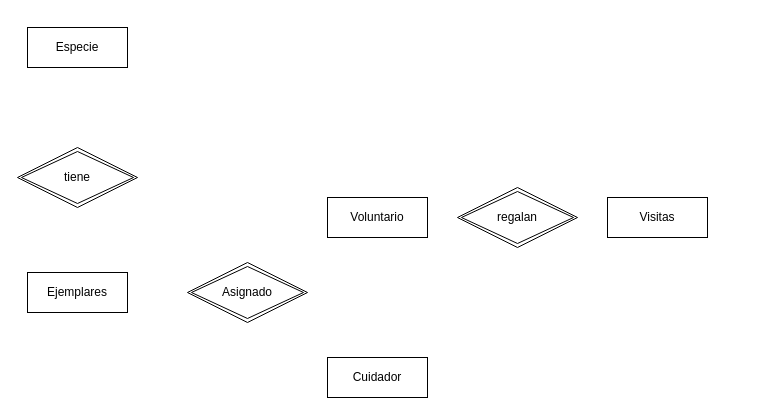
Above: zoo.drawio in Guzmansrz/lenguajeDeMarcas (draw.io), before the change. Source tidied: cells renumbered, new cells numbered last; positions are measured from the earlier drawing's top-left corner, leaving out a move shared by most shapes. Both pictures are drawn from the tidied source at 100%, with x=0, y=0 at pixel (17, 27).
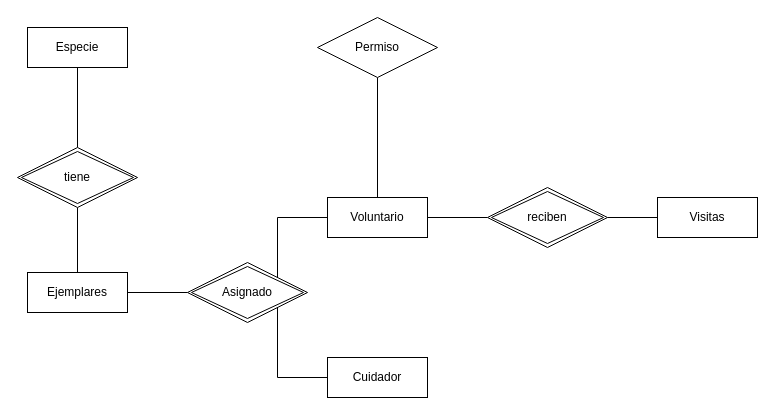
After the change.

What changed in the source:
```diff
@@
 <mxGraphModel>
   <root>
     <mxCell id="0" />
     <mxCell id="1" parent="0" />
+    <mxCell id="10" style="edgeStyle=orthogonalEdgeStyle;rounded=0;jettySize=auto;html=1;entryX=0.5;entryY=0;entryDx=0;entryDy=0;endArrow=none;endFill=0;" parent="1" edge="1" source="2" target="6">
+      <mxGeometry relative="1" as="geometry" />
+    </mxCell>
     <mxCell id="2" value="Especie" style="whiteSpace=wrap;html=1;align=center;" parent="1" vertex="1">
       <mxGeometry x="10" width="100" height="40" as="geometry" />
     </mxCell>
+    <mxCell id="11" style="edgeStyle=orthogonalEdgeStyle;rounded=0;jettySize=auto;html=1;endArrow=none;endFill=0;" parent="1" edge="1" source="3" target="7">
+      <mxGeometry relative="1" as="geometry" />
+    </mxCell>
     <mxCell id="3" value="Ejemplares" style="whiteSpace=wrap;html=1;align=center;" parent="1" vertex="1">
       <mxGeometry x="10" y="245" width="100" height="40" as="geometry" />
     </mxCell>
+    <mxCell id="12" style="edgeStyle=orthogonalEdgeStyle;rounded=0;jettySize=auto;html=1;entryX=1;entryY=1;entryDx=0;entryDy=0;endArrow=none;endFill=0;" parent="1" edge="1" source="4" target="7">
+      <mxGeometry relative="1" as="geometry" />
+    </mxCell>
     <mxCell id="4" value="Cuidador" style="whiteSpace=wrap;html=1;align=center;" parent="1" vertex="1">
       <mxGeometry x="310" y="330" width="100" height="40" as="geometry" />
     </mxCell>
     <mxCell id="5" value="Visitas" style="whiteSpace=wrap;html=1;align=center;" parent="1" vertex="1">
-      <mxGeometry x="590" y="170" width="100" height="40" as="geometry" />
+      <mxGeometry x="640" y="170" width="100" height="40" as="geometry" />
     </mxCell>
+    <mxCell id="13" style="edgeStyle=orthogonalEdgeStyle;rounded=0;jettySize=auto;html=1;entryX=0.5;entryY=0;entryDx=0;entryDy=0;endArrow=none;endFill=0;" parent="1" edge="1" source="6" target="3">
+      <mxGeometry relative="1" as="geometry" />
+    </mxCell>
     <mxCell id="6" value="tiene" style="shape=rhombus;double=1;perimeter=rhombusPerimeter;whiteSpace=wrap;html=1;align=center;" parent="1" vertex="1">
       <mxGeometry y="120" width="120" height="60" as="geometry" />
     </mxCell>
     <mxCell id="7" value="Asignado" style="shape=rhombus;double=1;perimeter=rhombusPerimeter;whiteSpace=wrap;html=1;align=center;" parent="1" vertex="1">
       <mxGeometry x="170" y="235" width="120" height="60" as="geometry" />
     </mxCell>
+    <mxCell id="14" style="edgeStyle=orthogonalEdgeStyle;rounded=0;jettySize=auto;html=1;entryX=1;entryY=0;entryDx=0;entryDy=0;endArrow=none;endFill=0;" parent="1" edge="1" source="8" target="7">
+      <mxGeometry relative="1" as="geometry" />
+    </mxCell>
+    <mxCell id="15" style="edgeStyle=orthogonalEdgeStyle;rounded=0;jettySize=auto;html=1;entryX=0;entryY=0.5;entryDx=0;entryDy=0;endArrow=none;endFill=0;" parent="1" edge="1" source="8" target="9">
+      <mxGeometry relative="1" as="geometry" />
+    </mxCell>
+    <mxCell id="16" style="edgeStyle=orthogonalEdgeStyle;rounded=0;jettySize=auto;html=1;exitX=0.5;exitY=0;exitDx=0;exitDy=0;entryX=0.5;entryY=1;entryDx=0;entryDy=0;endArrow=none;endFill=0;" parent="1" edge="1" source="8" target="18">
+      <mxGeometry relative="1" as="geometry" />
+    </mxCell>
     <mxCell id="8" value="Voluntario" style="whiteSpace=wrap;html=1;align=center;" parent="1" vertex="1">
       <mxGeometry x="310" y="170" width="100" height="40" as="geometry" />
     </mxCell>
+    <mxCell id="17" style="edgeStyle=orthogonalEdgeStyle;rounded=0;jettySize=auto;html=1;entryX=0;entryY=0.5;entryDx=0;entryDy=0;endArrow=none;endFill=0;" parent="1" edge="1" source="9" target="5">
+      <mxGeometry relative="1" as="geometry" />
+    </mxCell>
-    <mxCell id="9" value="regalan" style="shape=rhombus;double=1;perimeter=rhombusPerimeter;whiteSpace=wrap;html=1;align=center;" parent="1" vertex="1">
-      <mxGeometry x="440" y="160" width="120" height="60" as="geometry" />
+    <mxCell id="9" value="reciben" style="shape=rhombus;double=1;perimeter=rhombusPerimeter;whiteSpace=wrap;html=1;align=center;" parent="1" vertex="1">
+      <mxGeometry x="470" y="160" width="120" height="60" as="geometry" />
     </mxCell>
+    <mxCell id="18" value="Permiso" style="shape=rhombus;perimeter=rhombusPerimeter;whiteSpace=wrap;html=1;align=center;" parent="1" vertex="1">
+      <mxGeometry x="300" y="-10" width="120" height="60" as="geometry" />
+    </mxCell>
   </root>
 </mxGraphModel>
```
